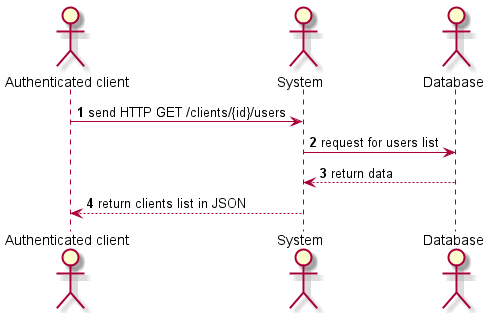
Before: diagrams/render/Sequences/UsersManagement/Sequence_ListUsers.png, a diagram exported from PlantUML (Xwyk/BileMo).
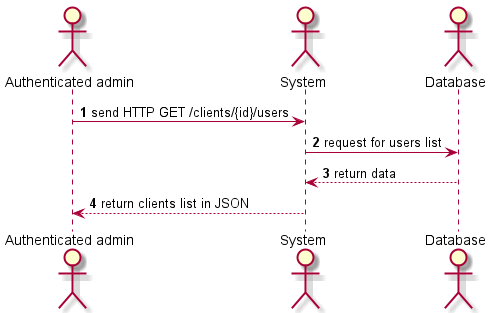
The same diagram one commit later.

Diff of the diagram source:
```diff
@@ -2,13 +2,13 @@
 
 autonumber
 
-actor "Authenticated client" as client
+actor "Authenticated admin" as admin
 actor System                as system
 actor Database              as db
 
-client  -> system  : send HTTP GET /clients/{id}/users
+admin  -> system  : send HTTP GET /clients/{id}/users
 system -> db      : request for users list
 system <-- db     : return data
-client  <-- system : return clients list in JSON
+admin  <-- system : return clients list in JSON
 
 @enduml
```
